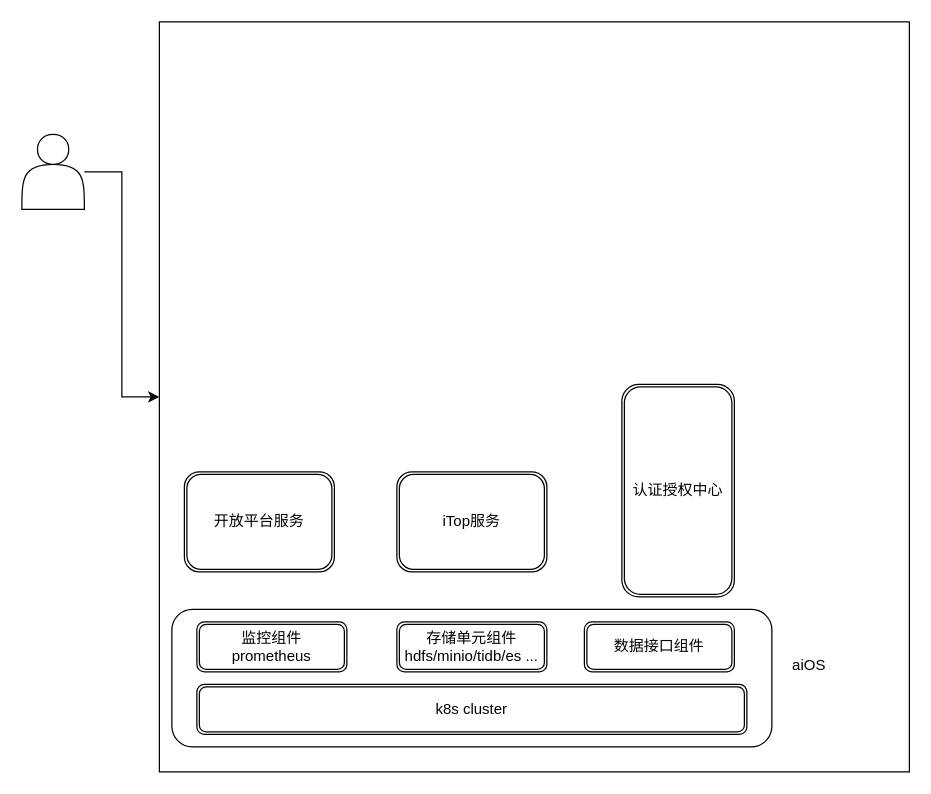
Above: 未命名绘图.drawio in luyuandeng/drawio (draw.io), before the change. Source tidied: cells renumbered, new cells numbered last; positions are measured from the earlier drawing's top-left corner, leaving out a move shared by most shapes. Both pictures are drawn from the tidied source at 125%, with x=0, y=0 at pixel (21, 21).
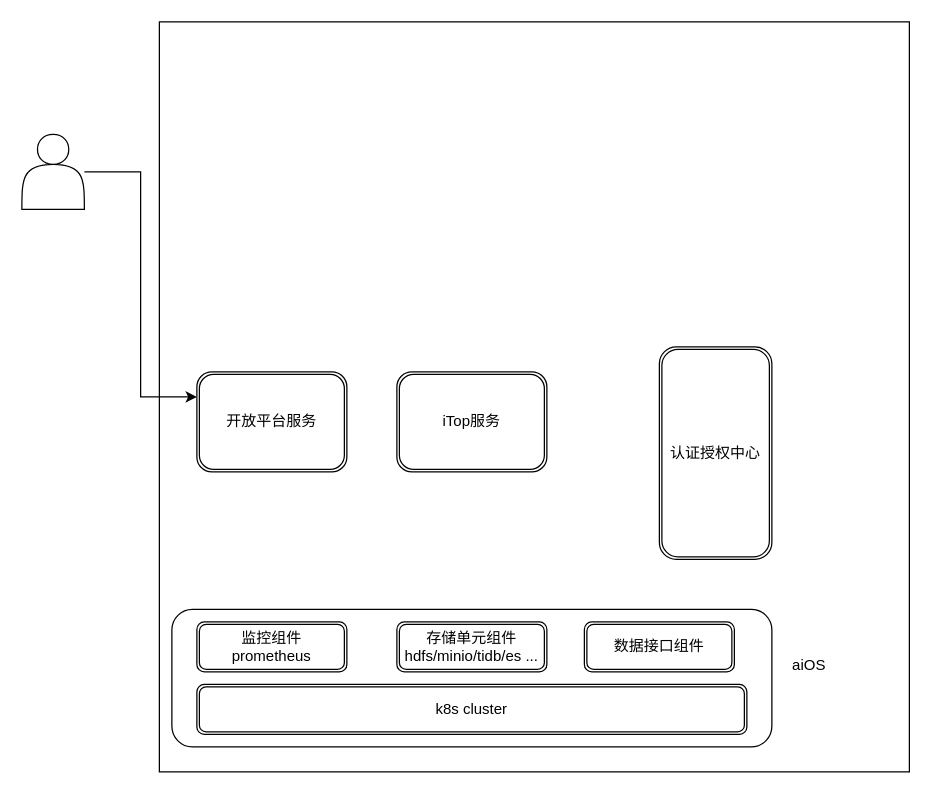
The same page after the edit.

Commit message:
更新未命名绘图.drawio

Diff of the diagram source:
```diff
@@
 <mxGraphModel>
   <root>
     <mxCell id="0" />
     <mxCell id="1" parent="0" />
     <mxCell id="2" style="whiteSpace=wrap;html=1;" parent="1" vertex="1">
       <mxGeometry x="110" width="600" height="600" as="geometry" />
     </mxCell>
     <mxCell id="3" style="rounded=1;whiteSpace=wrap;html=1;" parent="1" vertex="1">
       <mxGeometry x="120" y="470" width="480" height="110" as="geometry" />
     </mxCell>
-    <mxCell id="4" style="edgeStyle=orthogonalEdgeStyle;rounded=0;jettySize=auto;html=1;" parent="1" edge="1" source="5" target="2">
+    <mxCell id="4" style="edgeStyle=orthogonalEdgeStyle;rounded=0;jettySize=auto;html=1;entryX=0;entryY=0.25;entryDx=0;entryDy=0;" parent="1" edge="1" source="5" target="6">
       <mxGeometry relative="1" as="geometry" />
     </mxCell>
     <mxCell id="5" style="shape=actor;whiteSpace=wrap;html=1;" parent="1" vertex="1">
       <mxGeometry y="90" width="50" height="60" as="geometry" />
     </mxCell>
     <mxCell id="6" value="开放平台服务" style="shape=ext;double=1;rounded=1;whiteSpace=wrap;html=1;" parent="1" vertex="1">
-      <mxGeometry x="130" y="360" width="120" height="80" as="geometry" />
+      <mxGeometry x="140" y="280" width="120" height="80" as="geometry" />
     </mxCell>
     <mxCell id="7" value="iTop服务" style="shape=ext;double=1;rounded=1;whiteSpace=wrap;html=1;" parent="1" vertex="1">
-      <mxGeometry x="300" y="360" width="120" height="80" as="geometry" />
+      <mxGeometry x="300" y="280" width="120" height="80" as="geometry" />
     </mxCell>
     <mxCell id="8" value="k8s cluster" style="shape=ext;double=1;rounded=1;whiteSpace=wrap;html=1;" parent="1" vertex="1">
       <mxGeometry x="140" y="530" width="440" height="40" as="geometry" />
     </mxCell>
     <mxCell id="9" value="认证授权中心" style="shape=ext;double=1;rounded=1;whiteSpace=wrap;html=1;" parent="1" vertex="1">
-      <mxGeometry x="480" y="290" width="90" height="170" as="geometry" />
+      <mxGeometry x="510" y="260" width="90" height="170" as="geometry" />
     </mxCell>
     <mxCell id="10" value="aiOS" style="text;html=1;strokeColor=none;fillColor=none;align=center;verticalAlign=middle;whiteSpace=wrap;rounded=0;" parent="1" vertex="1">
       <mxGeometry x="610" y="500" width="40" height="30" as="geometry" />
     </mxCell>
     <mxCell id="11" value="监控组件 prometheus" style="shape=ext;double=1;rounded=1;whiteSpace=wrap;html=1;" parent="1" vertex="1">
       <mxGeometry x="140" y="480" width="120" height="40" as="geometry" />
     </mxCell>
     <mxCell id="12" value="存储单元组件 &lt;br&gt;hdfs/minio/tidb/es ..." style="shape=ext;double=1;rounded=1;whiteSpace=wrap;html=1;" parent="1" vertex="1">
       <mxGeometry x="300" y="480" width="120" height="40" as="geometry" />
     </mxCell>
     <mxCell id="13" value="数据接口组件" style="shape=ext;double=1;rounded=1;whiteSpace=wrap;html=1;" parent="1" vertex="1">
       <mxGeometry x="450" y="480" width="120" height="40" as="geometry" />
     </mxCell>
   </root>
 </mxGraphModel>
```
